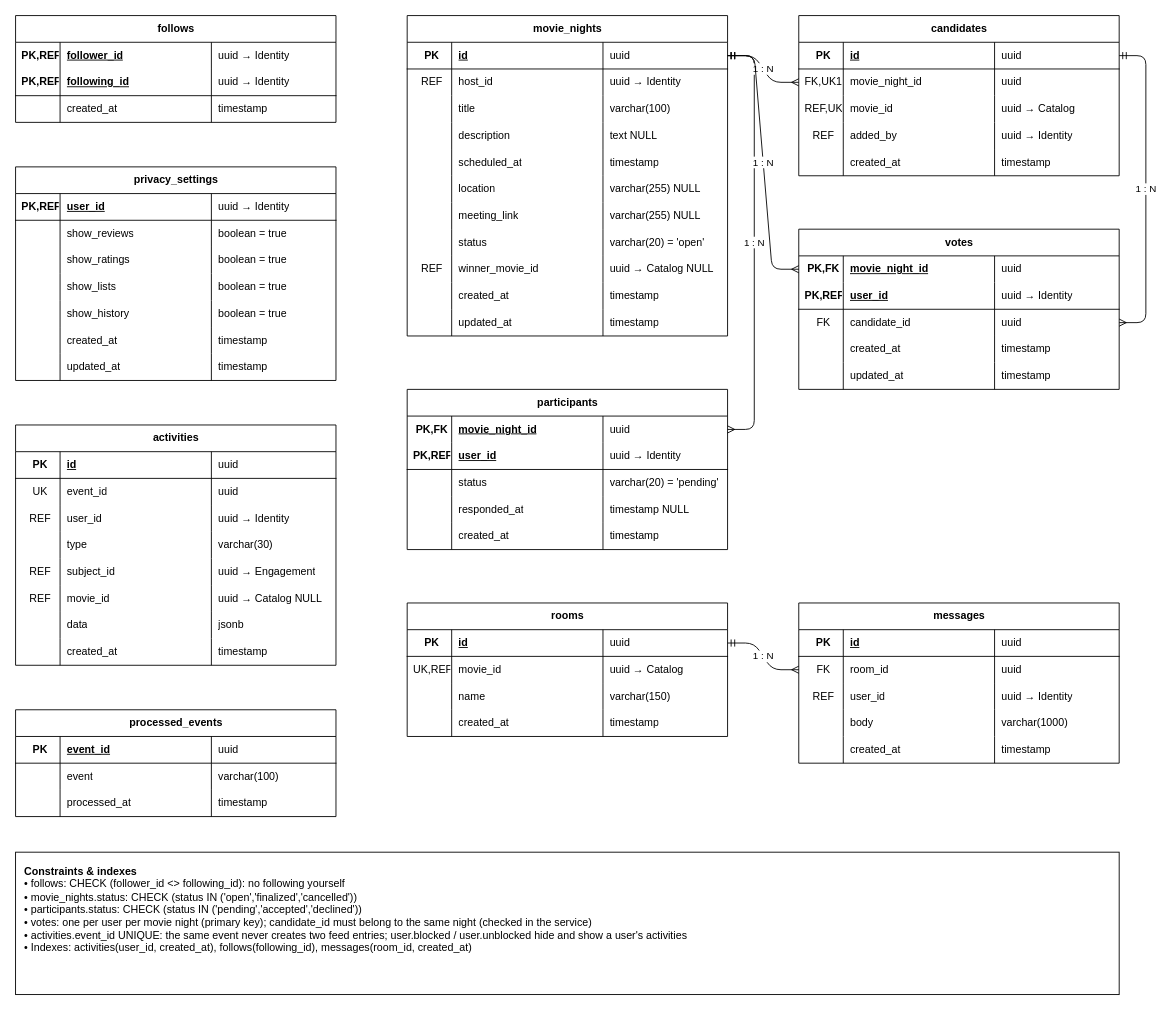
This is docs/erd/social-erd.drawio from MariaMakary/MoviePlatform, a draw.io file, before an edit. Source tidied: cells renumbered, new cells numbered last; positions are measured from the earlier drawing's top-left corner, leaving out a move shared by most shapes. Both pictures are drawn from the tidied source at 89%, with x=0, y=0 at pixel (15, 15).
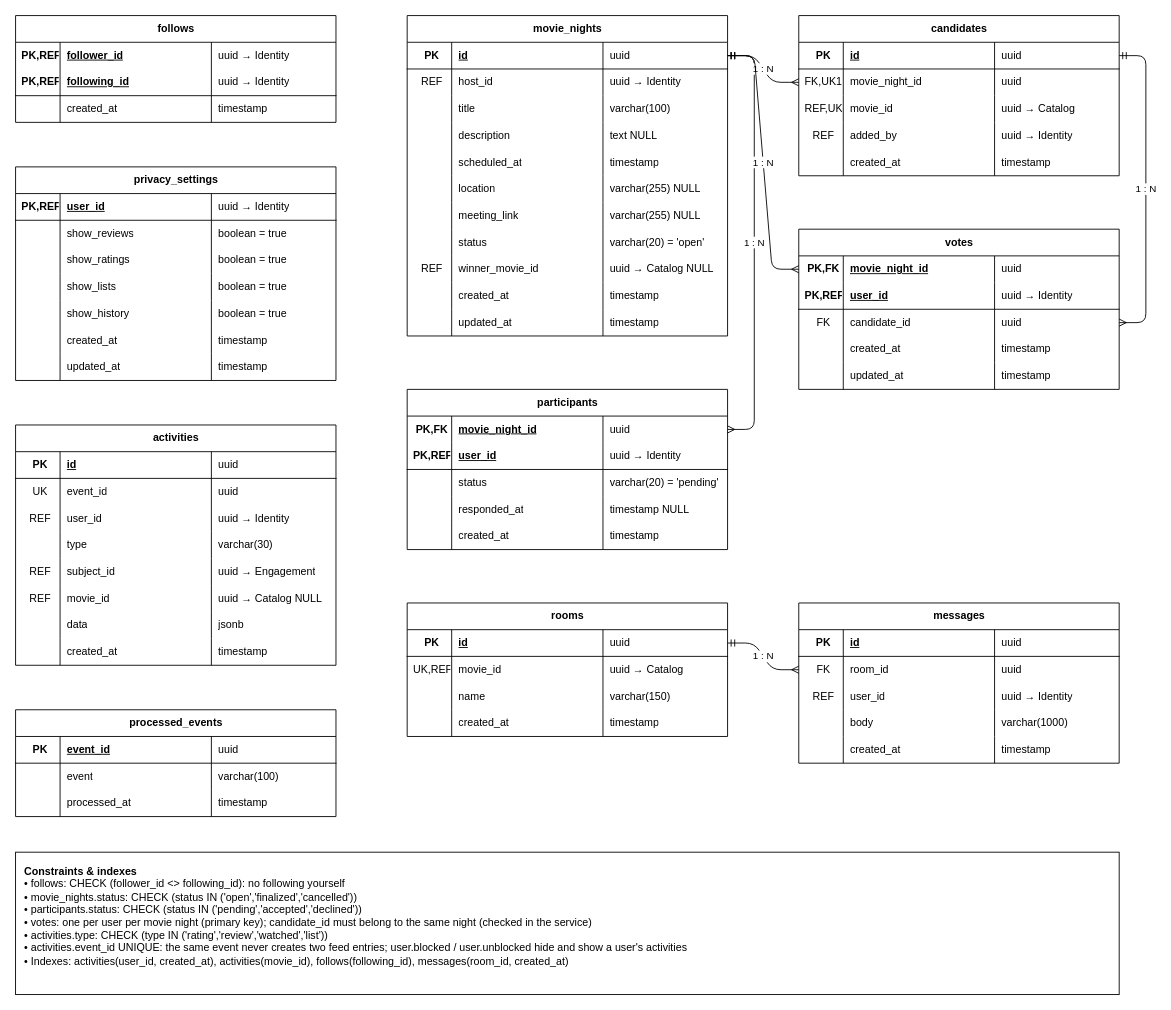
After the change.

Commit message (it also covers changes not shown here):
Build feed activities from Engagement events AB#1213

The edit, as a diff of the source:
```diff
@@
-    <mxCell id="241" value="&lt;b&gt;Constraints &amp;amp; indexes&lt;/b&gt;&lt;br&gt;• follows: CHECK (follower_id &amp;lt;&amp;gt; following_id): no following yourself&lt;br&gt;• movie_nights.status: CHECK (status IN (&amp;#39;open&amp;#39;,&amp;#39;finalized&amp;#39;,&amp;#39;cancelled&amp;#39;))&lt;br&gt;• participants.status: CHECK (status IN (&amp;#39;pending&amp;#39;,&amp;#39;accepted&amp;#39;,&amp;#39;declined&amp;#39;))&lt;br&gt;• votes: one per user per movie night (primary key); candidate_id must belong to the same night (checked in the service)&lt;br&gt;• activities.event_id UNIQUE: the same event never creates two feed entries; user.blocked / user.unblocked hide and show a user&amp;#39;s activities&lt;br&gt;• Indexes: activities(user_id, created_at), follows(following_id), messages(room_id, created_at)" style="rounded=0;whiteSpace=wrap;html=1;align=left;verticalAlign=top;spacing=10;fillColor=#FFFFFF;strokeColor=#000000;fontColor=#000000;fontFamily=Arial;fontSize=12;" parent="1" vertex="1">
+    <mxCell id="241" value="&lt;b&gt;Constraints &amp;amp; indexes&lt;/b&gt;&lt;br&gt;• follows: CHECK (follower_id &amp;lt;&amp;gt; following_id): no following yourself&lt;br&gt;• movie_nights.status: CHECK (status IN (&amp;#39;open&amp;#39;,&amp;#39;finalized&amp;#39;,&amp;#39;cancelled&amp;#39;))&lt;br&gt;• participants.status: CHECK (status IN (&amp;#39;pending&amp;#39;,&amp;#39;accepted&amp;#39;,&amp;#39;declined&amp;#39;))&lt;br&gt;• votes: one per user per movie night (primary key); candidate_id must belong to the same night (checked in the service)&lt;br&gt;• activities.type: CHECK (type IN (&amp;#39;rating&amp;#39;,&amp;#39;review&amp;#39;,&amp;#39;watched&amp;#39;,&amp;#39;list&amp;#39;))&lt;br&gt;• activities.event_id UNIQUE: the same event never creates two feed entries; user.blocked / user.unblocked hide and show a user&amp;#39;s activities&lt;br&gt;• Indexes: activities(user_id, created_at), activities(movie_id), follows(following_id), messages(room_id, created_at)" style="rounded=0;whiteSpace=wrap;html=1;align=left;verticalAlign=top;spacing=10;fillColor=#FFFFFF;strokeColor=#000000;fontColor=#000000;fontFamily=Arial;fontSize=12;" parent="1" vertex="1">
       <mxGeometry y="940" width="1240" height="160" as="geometry" />
     </mxCell>
```
